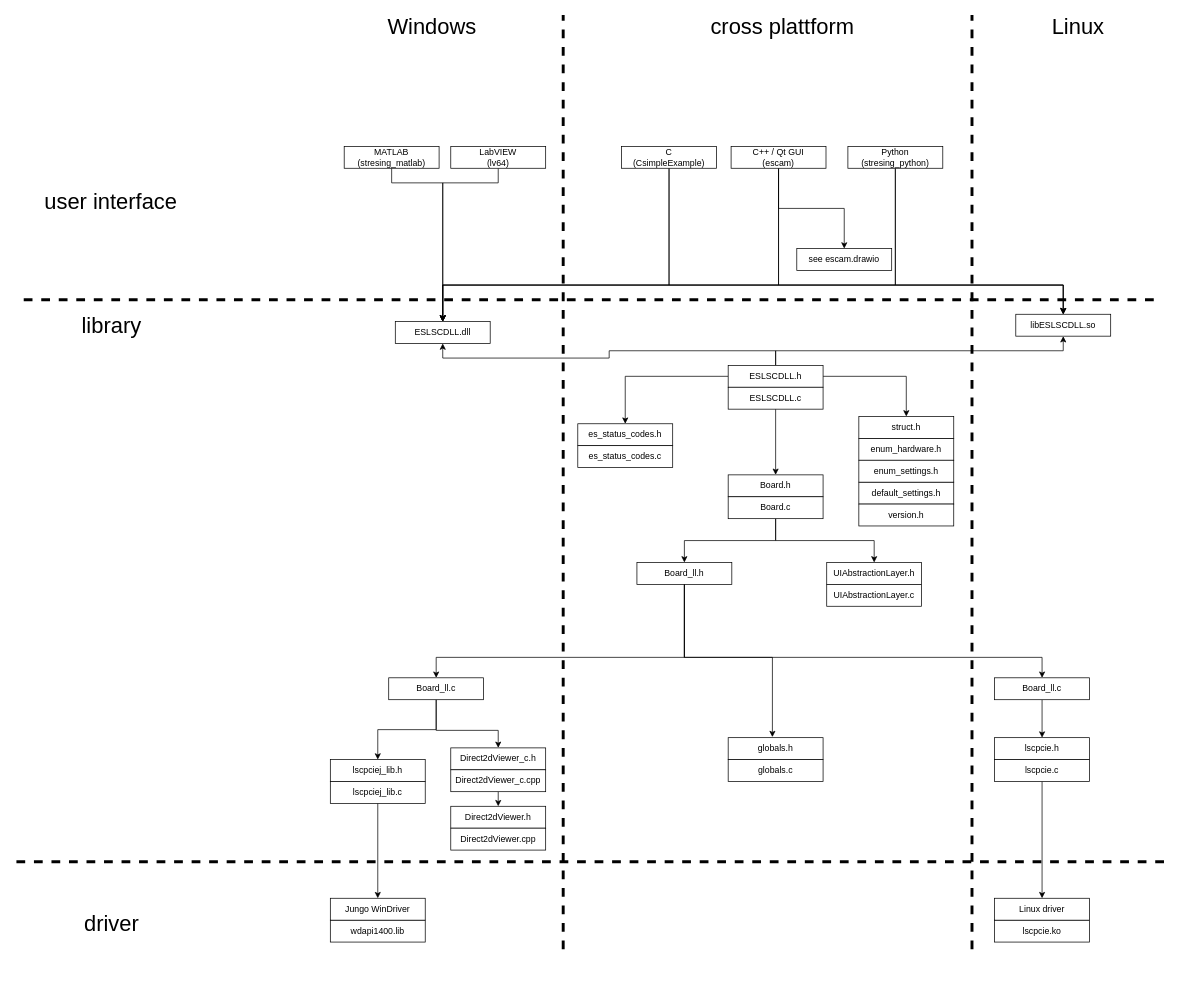
This is doc/software_structure.drawio from Entwicklungsburo-Stresing/EBST_CAM, a draw.io file, before an edit. Source tidied: cells renumbered, new cells numbered last; positions are measured from the earlier drawing's top-left corner, leaving out a move shared by most shapes. Both pictures are drawn from the tidied source at 73%, with x=0, y=0 at pixel (16, 15).
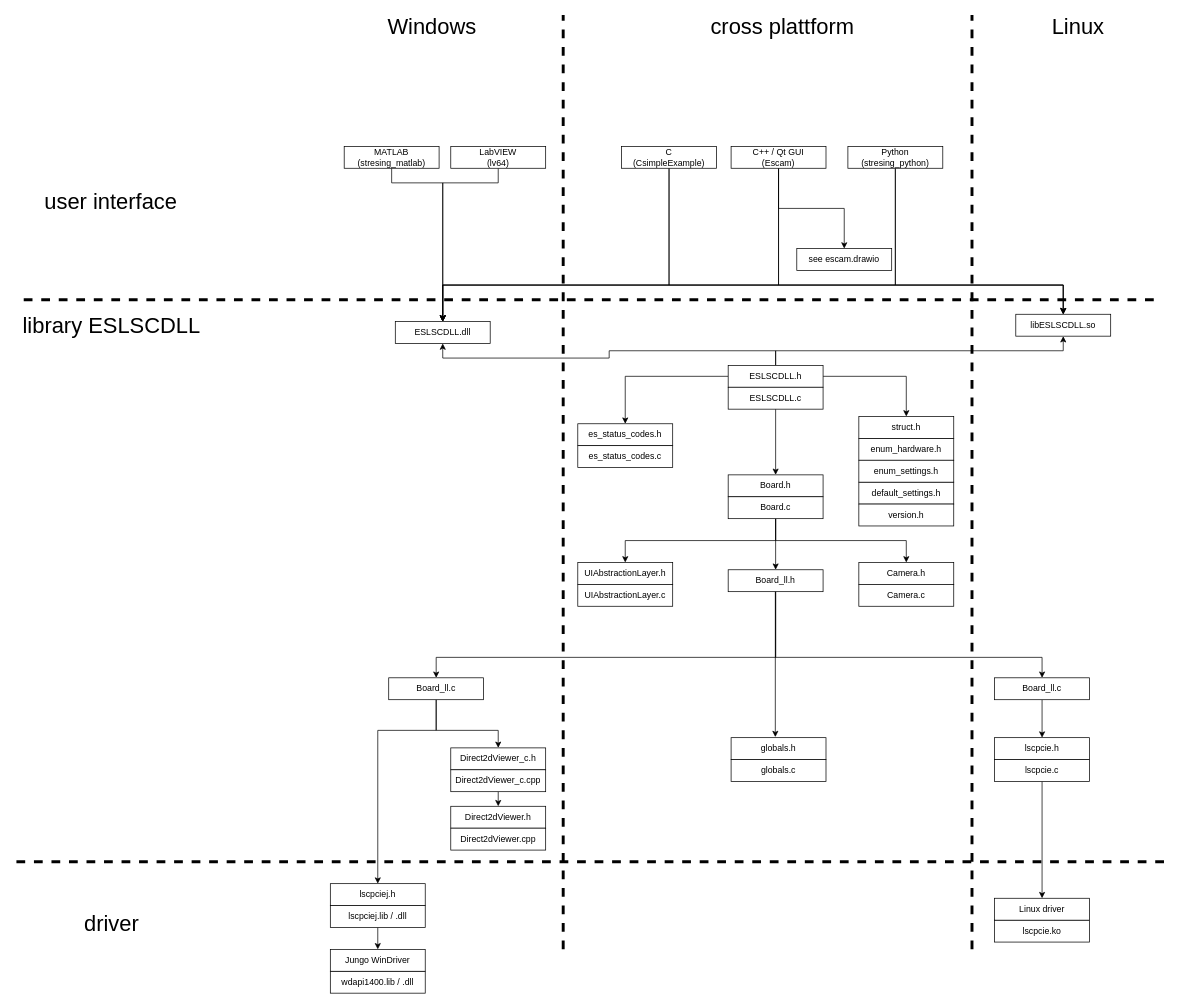
The same diagram, later.

Commit message (it also covers changes not shown here):
Update block diagrams

The change refers to these unchanged cells:
```xml
<mxCell id="5" value="Board.c" style="rounded=0;whiteSpace=wrap;html=1;" parent="1" vertex="1">
  <mxGeometry x="975" y="660" width="130" height="30" as="geometry" />
</mxCell>
<mxCell id="11" value="Board_ll.c" style="rounded=0;whiteSpace=wrap;html=1;" parent="1" vertex="1">
  <mxGeometry x="510" y="908" width="130" height="30" as="geometry" />
</mxCell>
<mxCell id="14" value="Board_ll.c" style="rounded=0;whiteSpace=wrap;html=1;" parent="1" vertex="1">
  <mxGeometry x="1340" y="908" width="130" height="30" as="geometry" />
</mxCell>
```

Diff of the diagram source:
```diff
@@
+    <mxCell id="75" style="edgeStyle=orthogonalEdgeStyle;rounded=0;jettySize=auto;html=1;exitX=0.5;exitY=1;exitDx=0;exitDy=0;entryX=0.5;entryY=0;entryDx=0;entryDy=0;" parent="1" edge="1" source="5" target="76">
+      <mxGeometry relative="1" as="geometry" />
+    </mxCell>
@@
     <mxCell id="6" style="edgeStyle=orthogonalEdgeStyle;rounded=0;jettySize=auto;html=1;exitX=0.5;exitY=1;exitDx=0;exitDy=0;entryX=0.5;entryY=0;entryDx=0;entryDy=0;strokeWidth=1;" parent="1" edge="1" source="8" target="14">
       <mxGeometry relative="1" as="geometry">
         <Array as="points">
-          <mxPoint x="915" y="880" />
+          <mxPoint x="1040" y="880" />
           <mxPoint x="1405" y="880" />
         </Array>
       </mxGeometry>
     </mxCell>
     <mxCell id="7" style="edgeStyle=orthogonalEdgeStyle;rounded=0;jettySize=auto;html=1;exitX=0.5;exitY=1;exitDx=0;exitDy=0;strokeWidth=1;entryX=0.5;entryY=0;entryDx=0;entryDy=0;" parent="1" edge="1" source="8" target="11">
       <mxGeometry relative="1" as="geometry">
         <Array as="points">
-          <mxPoint x="915" y="880" />
+          <mxPoint x="1040" y="880" />
           <mxPoint x="575" y="880" />
         </Array>
       </mxGeometry>
     </mxCell>
     <mxCell id="8" value="Board_ll.h" style="rounded=0;whiteSpace=wrap;html=1;" parent="1" vertex="1">
-      <mxGeometry x="850" y="750" width="130" height="30" as="geometry" />
+      <mxGeometry x="975" y="760" width="130" height="30" as="geometry" />
     </mxCell>
     <mxCell id="9" style="edgeStyle=orthogonalEdgeStyle;rounded=0;jettySize=auto;html=1;exitX=0.5;exitY=1;exitDx=0;exitDy=0;entryX=0.5;entryY=0;entryDx=0;entryDy=0;" parent="1" edge="1" source="11" target="29">
-      <mxGeometry relative="1" as="geometry" />
+      <mxGeometry relative="1" as="geometry">
+        <Array as="points">
+          <mxPoint x="575" y="980" />
+          <mxPoint x="495" y="980" />
+        </Array>
+      </mxGeometry>
     </mxCell>
@@
     <mxCell id="12" style="edgeStyle=orthogonalEdgeStyle;rounded=0;jettySize=auto;html=1;exitX=0.5;exitY=1;exitDx=0;exitDy=0;entryX=0.466;entryY=-0.027;entryDx=0;entryDy=0;entryPerimeter=0;" parent="1" edge="1" source="8" target="24">
       <mxGeometry relative="1" as="geometry">
         <Array as="points">
-          <mxPoint x="915" y="880" />
-          <mxPoint x="1036" y="880" />
+          <mxPoint x="1040" y="989" />
         </Array>
       </mxGeometry>
     </mxCell>
@@
     <mxCell id="24" value="globals.h" style="rounded=0;whiteSpace=wrap;html=1;" parent="1" vertex="1">
-      <mxGeometry x="975" y="990" width="130" height="30" as="geometry" />
+      <mxGeometry x="979" y="990" width="130" height="30" as="geometry" />
     </mxCell>
     <mxCell id="25" value="globals.c" style="rounded=0;whiteSpace=wrap;html=1;" parent="1" vertex="1">
-      <mxGeometry x="975" y="1020" width="130" height="30" as="geometry" />
+      <mxGeometry x="979" y="1020" width="130" height="30" as="geometry" />
     </mxCell>
@@
-    <mxCell id="29" value="lscpciej_lib.h" style="rounded=0;whiteSpace=wrap;html=1;" parent="1" vertex="1">
-      <mxGeometry x="430" y="1020" width="130" height="30" as="geometry" />
+    <mxCell id="29" value="lscpciej.h" style="rounded=0;whiteSpace=wrap;html=1;" parent="1" vertex="1">
+      <mxGeometry x="430" y="1190" width="130" height="30" as="geometry" />
     </mxCell>
@@
-    <mxCell id="31" value="lscpciej_lib.c" style="rounded=0;whiteSpace=wrap;html=1;" parent="1" vertex="1">
-      <mxGeometry x="430" y="1050" width="130" height="30" as="geometry" />
+    <mxCell id="31" value="lscpciej.lib / .dll" style="rounded=0;whiteSpace=wrap;html=1;" parent="1" vertex="1">
+      <mxGeometry x="430" y="1220" width="130" height="30" as="geometry" />
     </mxCell>
-    <mxCell id="32" value="wdapi1400.lib" style="rounded=0;whiteSpace=wrap;html=1;" parent="1" vertex="1">
-      <mxGeometry x="430" y="1240" width="130" height="30" as="geometry" />
+    <mxCell id="32" value="wdapi1400.lib / .dll" style="rounded=0;whiteSpace=wrap;html=1;" parent="1" vertex="1">
+      <mxGeometry x="430" y="1310" width="130" height="30" as="geometry" />
     </mxCell>
     <mxCell id="33" value="Jungo WinDriver" style="rounded=0;whiteSpace=wrap;html=1;" parent="1" vertex="1">
-      <mxGeometry x="430" y="1210" width="130" height="30" as="geometry" />
+      <mxGeometry x="430" y="1280" width="130" height="30" as="geometry" />
     </mxCell>
     <mxCell id="34" value="UIAbstractionLayer.h" style="rounded=0;whiteSpace=wrap;html=1;" parent="1" vertex="1">
-      <mxGeometry x="1110" y="750" width="130" height="30" as="geometry" />
+      <mxGeometry x="769" y="750" width="130" height="30" as="geometry" />
     </mxCell>
@@
-    <mxCell id="46" value="&lt;div&gt;C++ / Qt GUI&lt;/div&gt;(escam)" style="rounded=0;whiteSpace=wrap;html=1;" parent="1" vertex="1">
+    <mxCell id="46" value="&lt;div&gt;C++ / Qt GUI&lt;/div&gt;(Escam)" style="rounded=0;whiteSpace=wrap;html=1;" parent="1" vertex="1">
       <mxGeometry x="979" y="180" width="130" height="30" as="geometry" />
     </mxCell>
@@
-    <mxCell id="57" value="&lt;font style=&quot;font-size: 30px&quot;&gt;library&lt;/font&gt;" style="text;html=1;align=center;verticalAlign=middle;strokeColor=none;fillColor=none;" parent="1" vertex="1">
-      <mxGeometry x="80" y="410" width="100" height="30" as="geometry" />
+    <mxCell id="57" value="&lt;font style=&quot;font-size: 30px&quot;&gt;library ESLSCDLL&lt;/font&gt;" style="text;html=1;align=center;verticalAlign=middle;strokeColor=none;fillColor=none;" parent="1" vertex="1">
+      <mxGeometry x="-5" y="400" width="270" height="50" as="geometry" />
     </mxCell>
@@
     <mxCell id="73" value="UIAbstractionLayer.c" style="rounded=0;whiteSpace=wrap;html=1;" parent="1" vertex="1">
-      <mxGeometry x="1110" y="780" width="130" height="30" as="geometry" />
+      <mxGeometry x="769" y="780" width="130" height="30" as="geometry" />
     </mxCell>
@@
+    <mxCell id="76" value="Camera.h" style="rounded=0;whiteSpace=wrap;html=1;" parent="1" vertex="1">
+      <mxGeometry x="1154" y="750" width="130" height="30" as="geometry" />
+    </mxCell>
+    <mxCell id="77" value="Camera.c" style="rounded=0;whiteSpace=wrap;html=1;" parent="1" vertex="1">
+      <mxGeometry x="1154" y="780" width="130" height="30" as="geometry" />
+    </mxCell>
```
